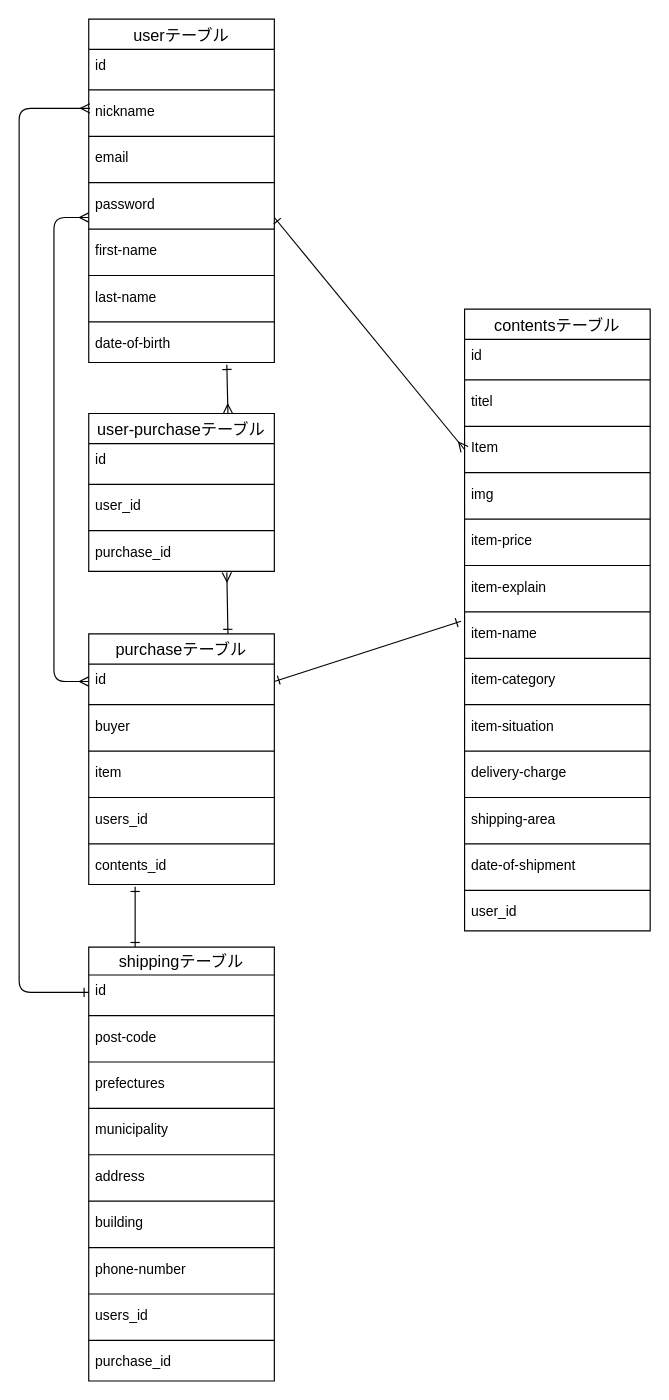
Before: furima.dio in kaityi/furima-38562, a draw.io diagram. Source tidied: cells renumbered, new cells numbered last; positions are measured from the earlier drawing's top-left corner, leaving out a move shared by most shapes. Both pictures are drawn from the tidied source at 116%, with x=0, y=0 at pixel (19, 19).
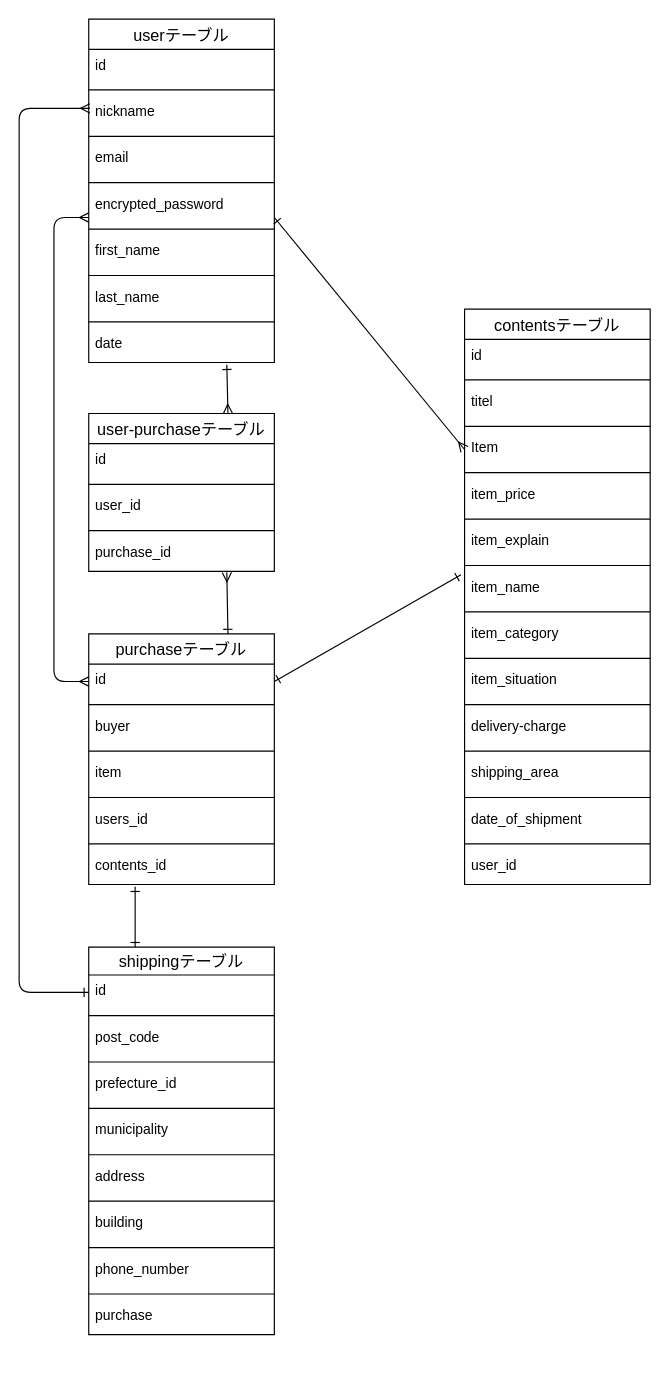
The same page after the edit.

Commit message (it also covers changes not shown here):
DB設計の修正

Unchanged cells that the change refers to:
```xml
<mxCell id="69" value="userテーブル" style="swimlane;fontStyle=0;horizontal=1;startSize=26;align=center;fontSize=14;" parent="1" vertex="1">
  <mxGeometry x="60" width="160" height="296" as="geometry" />
</mxCell>
```

What changed in the source:
```diff
@@
     <mxCell id="2" value="contentsテーブル" style="swimlane;fontStyle=0;horizontal=1;startSize=26;align=center;fontSize=14;" parent="1" vertex="1">
-      <mxGeometry x="384" y="250" width="160" height="536" as="geometry" />
+      <mxGeometry x="384" y="250" width="160" height="496" as="geometry" />
     </mxCell>
@@
-    <mxCell id="8" style="line;strokeWidth=1;dashed=0;labelPosition=right;align=left;verticalAlign=middle;spacingTop=0;spacingLeft=6;" parent="2" vertex="1">
-      <mxGeometry y="136" width="160" height="10" as="geometry" />
-    </mxCell>
-    <mxCell id="9" value="img" style="text;strokeColor=none;fillColor=none;spacingLeft=4;spacingRight=4;overflow=hidden;fontSize=12;" parent="2" vertex="1">
-      <mxGeometry y="146" width="160" height="30" as="geometry" />
-    </mxCell>
     <mxCell id="10" style="line;strokeWidth=1;dashed=0;labelPosition=right;align=left;verticalAlign=middle;spacingTop=0;spacingLeft=6;" parent="2" vertex="1">
-      <mxGeometry y="176" width="160" height="10" as="geometry" />
+      <mxGeometry y="136" width="160" height="10" as="geometry" />
     </mxCell>
-    <mxCell id="11" value="item-price" style="text;strokeColor=none;fillColor=none;spacingLeft=4;spacingRight=4;overflow=hidden;fontSize=12;" parent="2" vertex="1">
-      <mxGeometry y="186" width="160" height="30" as="geometry" />
+    <mxCell id="11" value="item_price" style="text;strokeColor=none;fillColor=none;spacingLeft=4;spacingRight=4;overflow=hidden;fontSize=12;" parent="2" vertex="1">
+      <mxGeometry y="146" width="160" height="30" as="geometry" />
     </mxCell>
     <mxCell id="12" style="line;strokeWidth=1;dashed=0;labelPosition=right;align=left;verticalAlign=middle;spacingTop=0;spacingLeft=6;" parent="2" vertex="1">
-      <mxGeometry y="216" width="160" height="10" as="geometry" />
+      <mxGeometry y="176" width="160" height="10" as="geometry" />
     </mxCell>
-    <mxCell id="13" value="item-explain" style="text;strokeColor=none;fillColor=none;spacingLeft=4;spacingRight=4;overflow=hidden;fontSize=12;" parent="2" vertex="1">
-      <mxGeometry y="226" width="160" height="30" as="geometry" />
+    <mxCell id="13" value="item_explain" style="text;strokeColor=none;fillColor=none;spacingLeft=4;spacingRight=4;overflow=hidden;fontSize=12;" parent="2" vertex="1">
+      <mxGeometry y="186" width="160" height="30" as="geometry" />
     </mxCell>
     <mxCell id="14" style="line;strokeWidth=1;dashed=0;labelPosition=right;align=left;verticalAlign=middle;spacingTop=0;spacingLeft=6;" parent="2" vertex="1">
-      <mxGeometry y="256" width="160" height="10" as="geometry" />
+      <mxGeometry y="216" width="160" height="10" as="geometry" />
     </mxCell>
-    <mxCell id="15" value="item-name" style="text;strokeColor=none;fillColor=none;spacingLeft=4;spacingRight=4;overflow=hidden;points=[[0,0.5],[1,0.5]];portConstraint=eastwest;fontSize=12;" parent="2" vertex="1">
-      <mxGeometry y="266" width="160" height="30" as="geometry" />
+    <mxCell id="15" value="item_name" style="text;strokeColor=none;fillColor=none;spacingLeft=4;spacingRight=4;overflow=hidden;points=[[0,0.5],[1,0.5]];portConstraint=eastwest;fontSize=12;" parent="2" vertex="1">
+      <mxGeometry y="226" width="160" height="30" as="geometry" />
     </mxCell>
     <mxCell id="16" style="line;strokeWidth=1;dashed=0;labelPosition=right;align=left;verticalAlign=middle;spacingTop=0;spacingLeft=6;" parent="2" vertex="1">
-      <mxGeometry y="296" width="160" height="10" as="geometry" />
+      <mxGeometry y="256" width="160" height="10" as="geometry" />
     </mxCell>
-    <mxCell id="17" value="item-category" style="text;strokeColor=none;fillColor=none;spacingLeft=4;spacingRight=4;overflow=hidden;fontSize=12;" parent="2" vertex="1">
-      <mxGeometry y="306" width="160" height="30" as="geometry" />
+    <mxCell id="17" value="item_category" style="text;strokeColor=none;fillColor=none;spacingLeft=4;spacingRight=4;overflow=hidden;fontSize=12;" parent="2" vertex="1">
+      <mxGeometry y="266" width="160" height="30" as="geometry" />
     </mxCell>
     <mxCell id="18" style="line;strokeWidth=1;dashed=0;labelPosition=right;align=left;verticalAlign=middle;spacingTop=0;spacingLeft=6;" parent="2" vertex="1">
-      <mxGeometry y="336" width="160" height="10" as="geometry" />
+      <mxGeometry y="296" width="160" height="10" as="geometry" />
     </mxCell>
-    <mxCell id="19" value="item-situation" style="text;strokeColor=none;fillColor=none;spacingLeft=4;spacingRight=4;overflow=hidden;fontSize=12;" parent="2" vertex="1">
-      <mxGeometry y="346" width="160" height="30" as="geometry" />
+    <mxCell id="19" value="item_situation" style="text;strokeColor=none;fillColor=none;spacingLeft=4;spacingRight=4;overflow=hidden;fontSize=12;" parent="2" vertex="1">
+      <mxGeometry y="306" width="160" height="30" as="geometry" />
     </mxCell>
     <mxCell id="20" style="line;strokeWidth=1;dashed=0;labelPosition=right;align=left;verticalAlign=middle;spacingTop=0;spacingLeft=6;" parent="2" vertex="1">
-      <mxGeometry y="376" width="160" height="10" as="geometry" />
+      <mxGeometry y="336" width="160" height="10" as="geometry" />
     </mxCell>
     <mxCell id="21" value="delivery-charge" style="text;strokeColor=none;fillColor=none;spacingLeft=4;spacingRight=4;overflow=hidden;fontSize=12;" parent="2" vertex="1">
-      <mxGeometry y="386" width="160" height="30" as="geometry" />
+      <mxGeometry y="346" width="160" height="30" as="geometry" />
     </mxCell>
     <mxCell id="22" style="line;strokeWidth=1;dashed=0;labelPosition=right;align=left;verticalAlign=middle;spacingTop=0;spacingLeft=6;" parent="2" vertex="1">
-      <mxGeometry y="416" width="160" height="10" as="geometry" />
+      <mxGeometry y="376" width="160" height="10" as="geometry" />
     </mxCell>
-    <mxCell id="23" value="shipping-area" style="text;strokeColor=none;fillColor=none;spacingLeft=4;spacingRight=4;overflow=hidden;fontSize=12;" parent="2" vertex="1">
-      <mxGeometry y="426" width="160" height="30" as="geometry" />
+    <mxCell id="23" value="shipping_area" style="text;strokeColor=none;fillColor=none;spacingLeft=4;spacingRight=4;overflow=hidden;fontSize=12;" parent="2" vertex="1">
+      <mxGeometry y="386" width="160" height="30" as="geometry" />
     </mxCell>
     <mxCell id="24" style="line;strokeWidth=1;dashed=0;labelPosition=right;align=left;verticalAlign=middle;spacingTop=0;spacingLeft=6;" parent="2" vertex="1">
-      <mxGeometry y="456" width="160" height="10" as="geometry" />
+      <mxGeometry y="416" width="160" height="10" as="geometry" />
     </mxCell>
-    <mxCell id="25" value="date-of-shipment" style="text;strokeColor=none;fillColor=none;spacingLeft=4;spacingRight=4;overflow=hidden;fontSize=12;" parent="2" vertex="1">
-      <mxGeometry y="466" width="160" height="30" as="geometry" />
+    <mxCell id="25" value="date_of_shipment" style="text;strokeColor=none;fillColor=none;spacingLeft=4;spacingRight=4;overflow=hidden;fontSize=12;" parent="2" vertex="1">
+      <mxGeometry y="426" width="160" height="30" as="geometry" />
     </mxCell>
     <mxCell id="26" style="line;strokeWidth=1;dashed=0;labelPosition=right;align=left;verticalAlign=middle;spacingTop=0;spacingLeft=6;" parent="2" vertex="1">
-      <mxGeometry y="496" width="160" height="10" as="geometry" />
+      <mxGeometry y="456" width="160" height="10" as="geometry" />
     </mxCell>
     <mxCell id="27" value="user_id" style="text;strokeColor=none;fillColor=none;spacingLeft=4;spacingRight=4;overflow=hidden;fontSize=12;" parent="2" vertex="1">
-      <mxGeometry y="506" width="160" height="30" as="geometry" />
+      <mxGeometry y="466" width="160" height="30" as="geometry" />
     </mxCell>
@@
     <mxCell id="40" value="shippingテーブル" style="swimlane;fontStyle=0;horizontal=1;startSize=24;align=center;fontSize=14;" parent="1" vertex="1">
-      <mxGeometry x="60" y="800" width="160" height="374" as="geometry" />
+      <mxGeometry x="60" y="800" width="160" height="334" as="geometry" />
     </mxCell>
@@
-    <mxCell id="43" value="post-code" style="text;strokeColor=none;fillColor=none;spacingLeft=4;spacingRight=4;overflow=hidden;fontSize=12;" parent="40" vertex="1">
+    <mxCell id="43" value="post_code" style="text;strokeColor=none;fillColor=none;spacingLeft=4;spacingRight=4;overflow=hidden;fontSize=12;" parent="40" vertex="1">
       <mxGeometry y="64" width="160" height="30" as="geometry" />
     </mxCell>
@@
-    <mxCell id="45" value="prefectures" style="text;strokeColor=none;fillColor=none;spacingLeft=4;spacingRight=4;overflow=hidden;fontSize=12;" parent="40" vertex="1">
+    <mxCell id="45" value="prefecture_id" style="text;strokeColor=none;fillColor=none;spacingLeft=4;spacingRight=4;overflow=hidden;fontSize=12;" parent="40" vertex="1">
       <mxGeometry y="104" width="160" height="30" as="geometry" />
     </mxCell>
@@
-    <mxCell id="53" value="phone-number" style="text;strokeColor=none;fillColor=none;spacingLeft=4;spacingRight=4;overflow=hidden;fontSize=12;" parent="40" vertex="1">
+    <mxCell id="53" value="phone_number" style="text;strokeColor=none;fillColor=none;spacingLeft=4;spacingRight=4;overflow=hidden;fontSize=12;" parent="40" vertex="1">
       <mxGeometry y="264" width="160" height="30" as="geometry" />
     </mxCell>
-    <mxCell id="54" style="line;strokeWidth=1;dashed=0;labelPosition=right;align=left;verticalAlign=middle;spacingTop=0;spacingLeft=6;" parent="40" vertex="1">
-      <mxGeometry y="294" width="160" height="10" as="geometry" />
-    </mxCell>
-    <mxCell id="55" value="users_id" style="text;strokeColor=none;fillColor=none;spacingLeft=4;spacingRight=4;overflow=hidden;fontSize=12;" parent="40" vertex="1">
-      <mxGeometry y="304" width="160" height="30" as="geometry" />
-    </mxCell>
     <mxCell id="56" style="line;strokeWidth=1;dashed=0;labelPosition=right;align=left;verticalAlign=middle;spacingTop=0;spacingLeft=6;" parent="40" vertex="1">
-      <mxGeometry y="334" width="160" height="10" as="geometry" />
+      <mxGeometry y="294" width="160" height="10" as="geometry" />
     </mxCell>
-    <mxCell id="57" value="purchase_id" style="text;strokeColor=none;fillColor=none;spacingLeft=4;spacingRight=4;overflow=hidden;fontSize=12;" parent="40" vertex="1">
-      <mxGeometry y="344" width="160" height="30" as="geometry" />
+    <mxCell id="57" value="purchase" style="text;strokeColor=none;fillColor=none;spacingLeft=4;spacingRight=4;overflow=hidden;fontSize=12;" parent="40" vertex="1">
+      <mxGeometry y="304" width="160" height="30" as="geometry" />
     </mxCell>
@@
-    <mxCell id="76" value="password" style="text;strokeColor=none;fillColor=none;spacingLeft=4;spacingRight=4;overflow=hidden;fontSize=12;" parent="69" vertex="1">
-      <mxGeometry y="146" width="160" height="30" as="geometry" />
-    </mxCell>
+    <mxCell id="83" value="encrypted_password" style="text;strokeColor=none;fillColor=none;spacingLeft=4;spacingRight=4;overflow=hidden;fontSize=12;" parent="69" vertex="1">
+      <mxGeometry y="146" width="160" height="30" as="geometry" />
+    </mxCell>
@@
-    <mxCell id="78" value="first-name" style="text;strokeColor=none;fillColor=none;spacingLeft=4;spacingRight=4;overflow=hidden;fontSize=12;" parent="69" vertex="1">
+    <mxCell id="78" value="first_name" style="text;strokeColor=none;fillColor=none;spacingLeft=4;spacingRight=4;overflow=hidden;fontSize=12;" parent="69" vertex="1">
       <mxGeometry y="186" width="160" height="30" as="geometry" />
     </mxCell>
@@
-    <mxCell id="80" value="last-name" style="text;strokeColor=none;fillColor=none;spacingLeft=4;spacingRight=4;overflow=hidden;fontSize=12;" parent="69" vertex="1">
+    <mxCell id="80" value="last_name" style="text;strokeColor=none;fillColor=none;spacingLeft=4;spacingRight=4;overflow=hidden;fontSize=12;" parent="69" vertex="1">
       <mxGeometry y="226" width="160" height="30" as="geometry" />
     </mxCell>
@@
-    <mxCell id="82" value="date-of-birth" style="text;strokeColor=none;fillColor=none;spacingLeft=4;spacingRight=4;overflow=hidden;points=[[0,0.5],[1,0.5]];portConstraint=eastwest;fontSize=12;" parent="69" vertex="1">
+    <mxCell id="82" value="date" style="text;strokeColor=none;fillColor=none;spacingLeft=4;spacingRight=4;overflow=hidden;points=[[0,0.5],[1,0.5]];portConstraint=eastwest;fontSize=12;" parent="69" vertex="1">
       <mxGeometry y="266" width="160" height="30" as="geometry" />
     </mxCell>
```
